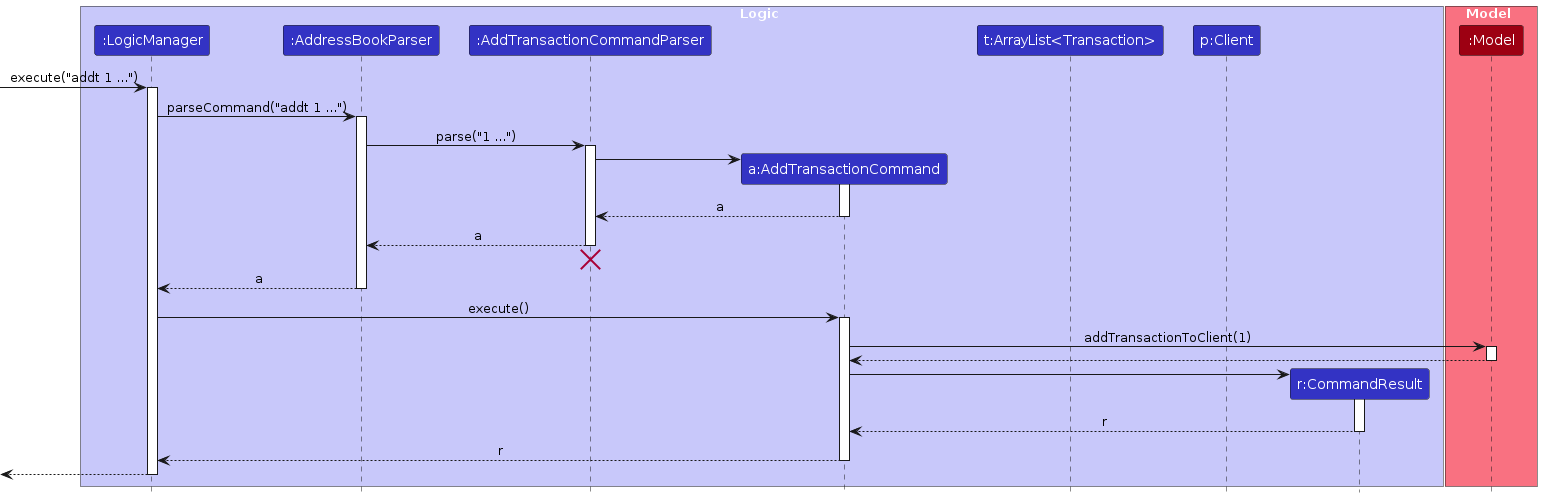
Above: diagrams/AddTransactionSequenceDiagram.png in reginateh/tp (PlantUML), before the change. Its source is kept beside it as diagrams/AddTransactionSequenceDiagram.puml.
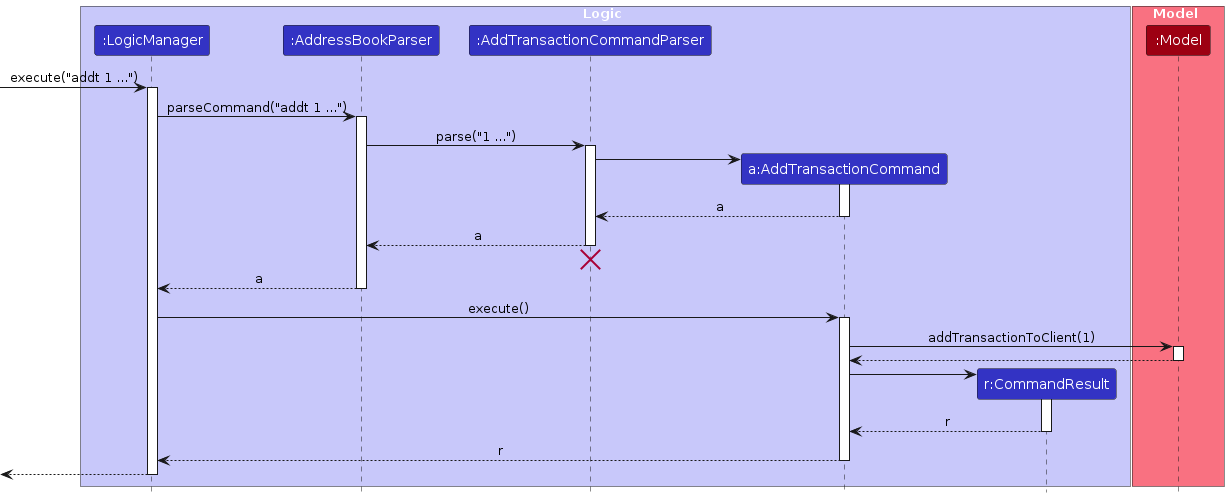
Above is the later version.

Change to the diagram source:
```diff
@@ -7,8 +7,6 @@
 participant ":AddressBookParser" as AddressBookParser LOGIC_COLOR
 participant ":AddTransactionCommandParser" as AddTransactionCommandParser LOGIC_COLOR
 participant "a:AddTransactionCommand" as AddTransactionCommand LOGIC_COLOR
-participant "t:ArrayList<Transaction>" as TransactionList LOGIC_COLOR
-participant "p:Client" as Client LOGIC_COLOR
 participant "r:CommandResult" as CommandResult LOGIC_COLOR
 end box
 
```
